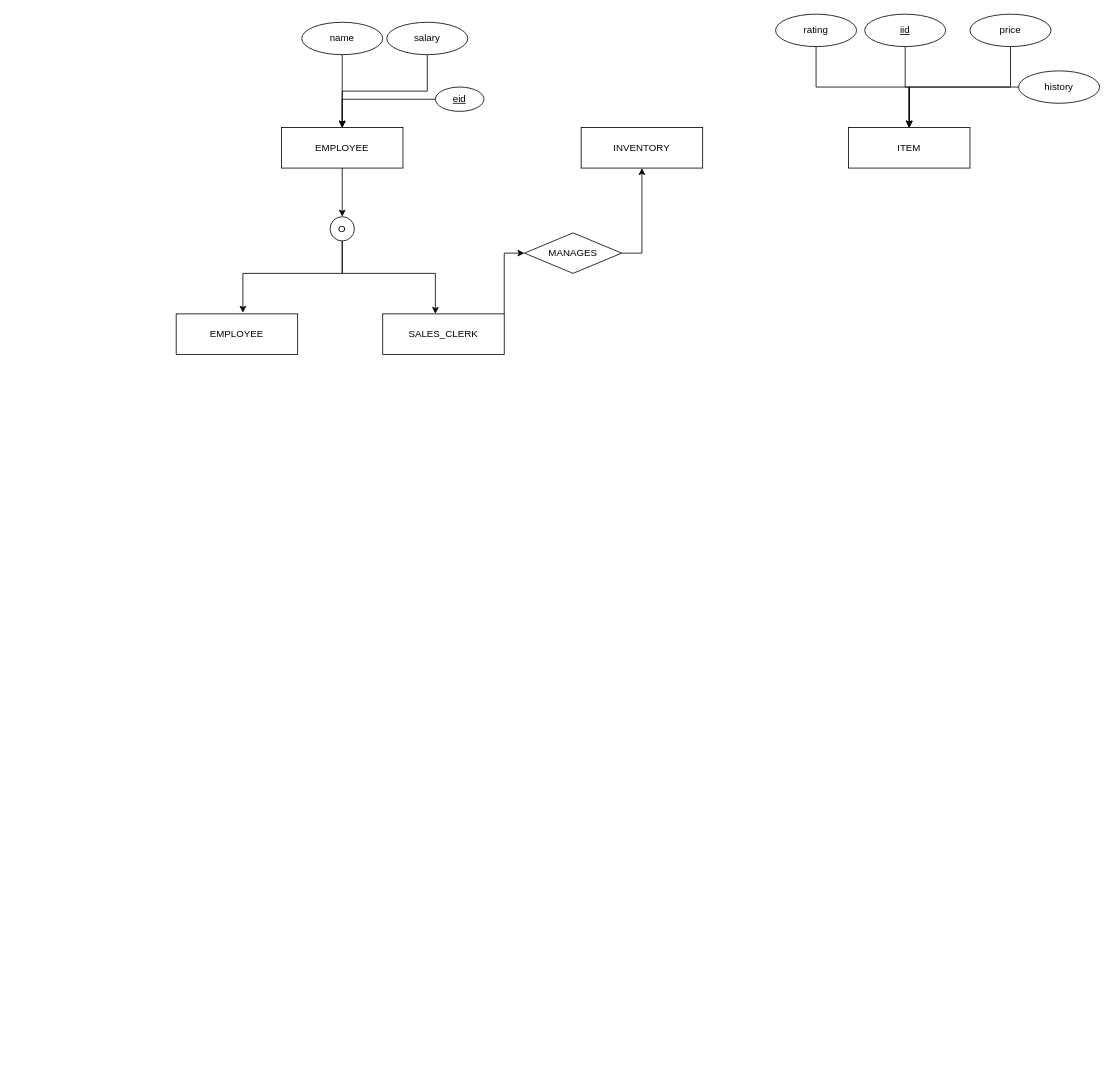
Before: BikeShop.drawio in ajh416/BikeShop, a draw.io diagram. Source tidied: cells renumbered, new cells numbered last; positions are measured from the earlier drawing's top-left corner, leaving out a move shared by most shapes. Both pictures are drawn from the tidied source at 81%, with x=0, y=0 at pixel (176, 14).
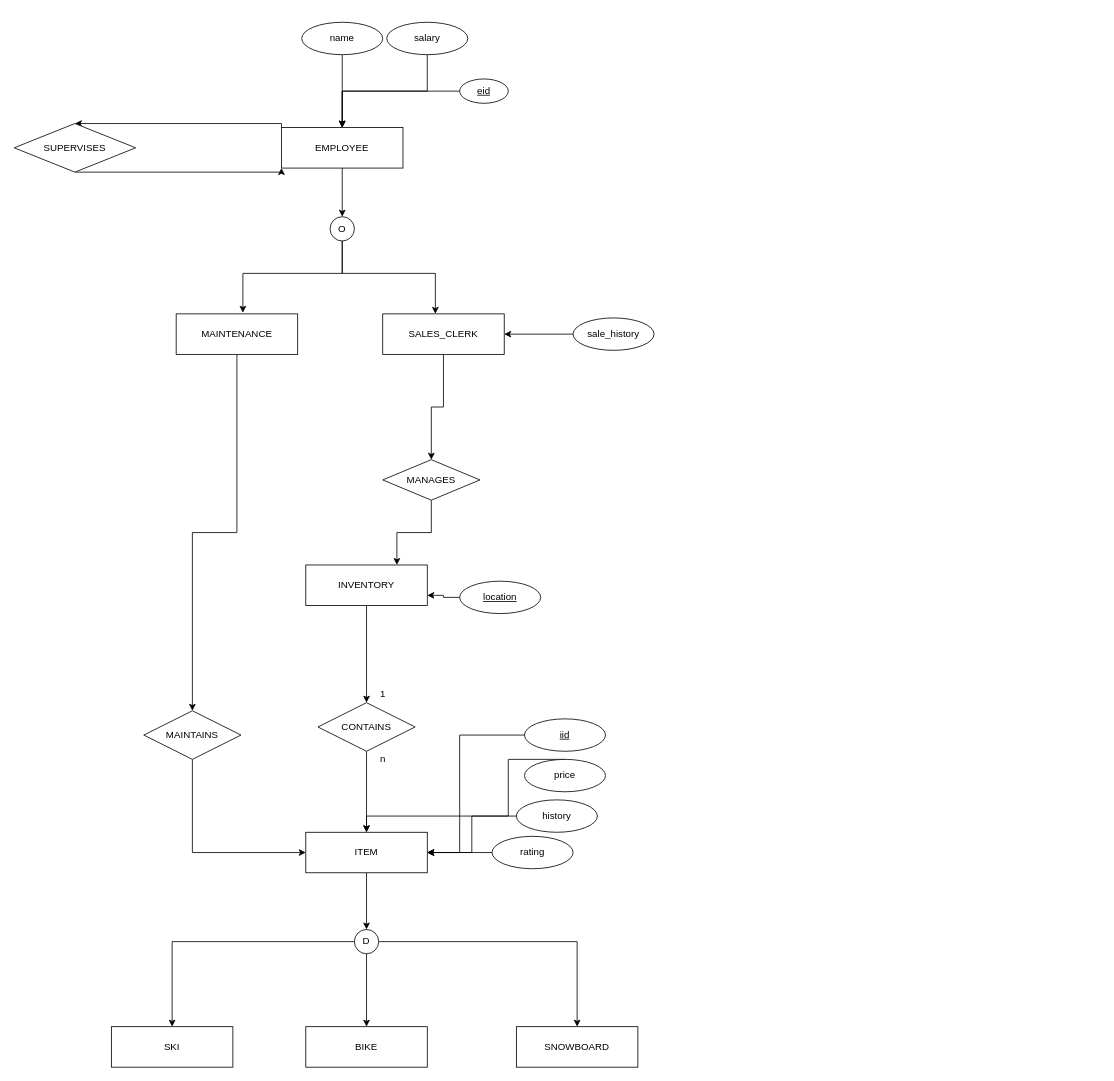
Above is the later version.

The change refers to these unchanged cells:
```xml
<mxCell id="4" value="EMPLOYEE" style="whiteSpace=wrap;html=1;align=center;" parent="1" vertex="1">
  <mxGeometry x="130" y="140" width="150" height="50" as="geometry" />
</mxCell>
<mxCell id="9" value="SALES_CLERK" style="whiteSpace=wrap;html=1;align=center;" parent="1" vertex="1">
  <mxGeometry x="255" y="370" width="150" height="50" as="geometry" />
</mxCell>
```

What changed in the source:
```diff
@@
+    <mxCell id="28" style="edgeStyle=orthogonalEdgeStyle;rounded=0;jettySize=auto;html=1;exitX=0.5;exitY=1;exitDx=0;exitDy=0;" parent="1" edge="1" source="2" target="40">
+      <mxGeometry relative="1" as="geometry" />
+    </mxCell>
     <mxCell id="2" value="&lt;div&gt;INVENTORY&lt;/div&gt;" style="whiteSpace=wrap;html=1;align=center;" parent="1" vertex="1">
-      <mxGeometry x="500" y="140" width="150" height="50" as="geometry" />
+      <mxGeometry x="160" y="680" width="150" height="50" as="geometry" />
     </mxCell>
@@
+    <mxCell id="29" style="edgeStyle=orthogonalEdgeStyle;rounded=0;jettySize=auto;html=1;exitX=0;exitY=0;exitDx=0;exitDy=0;entryX=0.5;entryY=0;entryDx=0;entryDy=0;" parent="1" edge="1" source="4" target="48">
+      <mxGeometry relative="1" as="geometry">
+        <Array as="points">
+          <mxPoint x="130" y="135" />
+        </Array>
+      </mxGeometry>
+    </mxCell>
@@
+    <mxCell id="30" style="edgeStyle=orthogonalEdgeStyle;rounded=0;jettySize=auto;html=1;exitX=0.5;exitY=1;exitDx=0;exitDy=0;entryX=0.5;entryY=0;entryDx=0;entryDy=0;" parent="1" edge="1" source="7" target="42">
+      <mxGeometry relative="1" as="geometry" />
+    </mxCell>
-    <mxCell id="7" value="EMPLOYEE" style="whiteSpace=wrap;html=1;align=center;" parent="1" vertex="1">
+    <mxCell id="7" value="MAINTENANCE" style="whiteSpace=wrap;html=1;align=center;" parent="1" vertex="1">
       <mxGeometry y="370" width="150" height="50" as="geometry" />
     </mxCell>
-    <mxCell id="8" style="edgeStyle=orthogonalEdgeStyle;rounded=0;jettySize=auto;html=1;exitX=1;exitY=0;exitDx=0;exitDy=0;entryX=0;entryY=0.5;entryDx=0;entryDy=0;" parent="1" edge="1" source="9" target="18">
+    <mxCell id="8" style="edgeStyle=orthogonalEdgeStyle;rounded=0;jettySize=auto;html=1;exitX=0.5;exitY=1;exitDx=0;exitDy=0;entryX=0.5;entryY=0;entryDx=0;entryDy=0;" parent="1" edge="1" source="9" target="18">
       <mxGeometry relative="1" as="geometry" />
     </mxCell>
@@
     <mxCell id="12" value="&lt;u&gt;eid&lt;/u&gt;" style="ellipse;whiteSpace=wrap;html=1;align=center;" parent="1" vertex="1">
-      <mxGeometry x="320" y="90" width="60" height="30" as="geometry" />
+      <mxGeometry x="350" y="80" width="60" height="30" as="geometry" />
     </mxCell>
@@
-    <mxCell id="17" style="edgeStyle=orthogonalEdgeStyle;rounded=0;jettySize=auto;html=1;exitX=1;exitY=0.5;exitDx=0;exitDy=0;entryX=0.5;entryY=1;entryDx=0;entryDy=0;" parent="1" edge="1" source="18" target="2">
+    <mxCell id="17" style="edgeStyle=orthogonalEdgeStyle;rounded=0;jettySize=auto;html=1;exitX=0.5;exitY=1;exitDx=0;exitDy=0;entryX=0.75;entryY=0;entryDx=0;entryDy=0;" parent="1" edge="1" source="18" target="2">
       <mxGeometry relative="1" as="geometry" />
     </mxCell>
     <mxCell id="18" value="MANAGES" style="shape=rhombus;perimeter=rhombusPerimeter;whiteSpace=wrap;html=1;align=center;" parent="1" vertex="1">
-      <mxGeometry x="430" y="270" width="120" height="50" as="geometry" />
+      <mxGeometry x="255" y="550" width="120" height="50" as="geometry" />
     </mxCell>
+    <mxCell id="31" style="edgeStyle=orthogonalEdgeStyle;rounded=0;jettySize=auto;html=1;" parent="1" edge="1" source="19" target="35">
+      <mxGeometry relative="1" as="geometry" />
+    </mxCell>
     <mxCell id="19" value="ITEM" style="whiteSpace=wrap;html=1;align=center;" parent="1" vertex="1">
-      <mxGeometry x="830" y="140" width="150" height="50" as="geometry" />
+      <mxGeometry x="160" y="1010" width="150" height="50" as="geometry" />
     </mxCell>
     <mxCell id="20" style="edgeStyle=orthogonalEdgeStyle;rounded=0;jettySize=auto;html=1;" parent="1" edge="1" source="21" target="19">
-      <mxGeometry relative="1" as="geometry" />
+      <mxGeometry relative="1" as="geometry">
+        <Array as="points">
+          <mxPoint x="410" y="920" />
+          <mxPoint x="410" y="990" />
+          <mxPoint x="235" y="990" />
+        </Array>
+      </mxGeometry>
     </mxCell>
     <mxCell id="21" value="&lt;div&gt;price&lt;/div&gt;" style="ellipse;whiteSpace=wrap;html=1;align=center;" parent="1" vertex="1">
-      <mxGeometry x="980" width="100" height="40" as="geometry" />
+      <mxGeometry x="430" y="920" width="100" height="40" as="geometry" />
     </mxCell>
@@
     <mxCell id="23" value="history" style="ellipse;whiteSpace=wrap;html=1;align=center;" parent="1" vertex="1">
-      <mxGeometry x="1040" y="70" width="100" height="40" as="geometry" />
+      <mxGeometry x="420" y="970" width="100" height="40" as="geometry" />
     </mxCell>
     <mxCell id="24" style="edgeStyle=orthogonalEdgeStyle;rounded=0;jettySize=auto;html=1;" parent="1" edge="1" source="25" target="19">
-      <mxGeometry relative="1" as="geometry" />
+      <mxGeometry relative="1" as="geometry">
+        <Array as="points">
+          <mxPoint x="350" y="890" />
+          <mxPoint x="350" y="1035" />
+        </Array>
+      </mxGeometry>
     </mxCell>
     <mxCell id="25" value="&lt;u&gt;iid&lt;/u&gt;" style="ellipse;whiteSpace=wrap;html=1;align=center;" parent="1" vertex="1">
-      <mxGeometry x="850" width="100" height="40" as="geometry" />
+      <mxGeometry x="430" y="870" width="100" height="40" as="geometry" />
     </mxCell>
@@
     <mxCell id="27" value="rating" style="ellipse;whiteSpace=wrap;html=1;align=center;" parent="1" vertex="1">
-      <mxGeometry x="740" width="100" height="40" as="geometry" />
+      <mxGeometry x="390" y="1015" width="100" height="40" as="geometry" />
     </mxCell>
+    <mxCell id="32" style="edgeStyle=orthogonalEdgeStyle;rounded=0;jettySize=auto;html=1;" parent="1" edge="1" source="35" target="37">
+      <mxGeometry relative="1" as="geometry" />
+    </mxCell>
+    <mxCell id="33" style="edgeStyle=orthogonalEdgeStyle;rounded=0;jettySize=auto;html=1;" parent="1" edge="1" source="35" target="36">
+      <mxGeometry relative="1" as="geometry" />
+    </mxCell>
+    <mxCell id="34" style="edgeStyle=orthogonalEdgeStyle;rounded=0;jettySize=auto;html=1;" parent="1" edge="1" source="35" target="38">
+      <mxGeometry relative="1" as="geometry" />
+    </mxCell>
+    <mxCell id="35" value="D" style="ellipse;whiteSpace=wrap;html=1;" parent="1" vertex="1">
+      <mxGeometry x="220" y="1130" width="30" height="30" as="geometry" />
+    </mxCell>
+    <mxCell id="36" value="SKI" style="whiteSpace=wrap;html=1;align=center;" parent="1" vertex="1">
+      <mxGeometry x="-80" y="1250" width="150" height="50" as="geometry" />
+    </mxCell>
+    <mxCell id="37" value="BIKE" style="whiteSpace=wrap;html=1;align=center;" parent="1" vertex="1">
+      <mxGeometry x="160" y="1250" width="150" height="50" as="geometry" />
+    </mxCell>
+    <mxCell id="38" value="SNOWBOARD" style="whiteSpace=wrap;html=1;align=center;" parent="1" vertex="1">
+      <mxGeometry x="420" y="1250" width="150" height="50" as="geometry" />
+    </mxCell>
+    <mxCell id="39" style="edgeStyle=orthogonalEdgeStyle;rounded=0;jettySize=auto;html=1;" parent="1" edge="1" source="40" target="19">
+      <mxGeometry relative="1" as="geometry" />
+    </mxCell>
+    <mxCell id="40" value="CONTAINS" style="shape=rhombus;perimeter=rhombusPerimeter;whiteSpace=wrap;html=1;align=center;" parent="1" vertex="1">
+      <mxGeometry x="175" y="850" width="120" height="60" as="geometry" />
+    </mxCell>
+    <mxCell id="41" style="edgeStyle=orthogonalEdgeStyle;rounded=0;jettySize=auto;html=1;exitX=0.5;exitY=1;exitDx=0;exitDy=0;entryX=0;entryY=0.5;entryDx=0;entryDy=0;" parent="1" edge="1" source="42" target="19">
+      <mxGeometry relative="1" as="geometry" />
+    </mxCell>
+    <mxCell id="42" value="MAINTAINS" style="shape=rhombus;perimeter=rhombusPerimeter;whiteSpace=wrap;html=1;align=center;" parent="1" vertex="1">
+      <mxGeometry x="-40" y="860" width="120" height="60" as="geometry" />
+    </mxCell>
+    <mxCell id="43" style="edgeStyle=orthogonalEdgeStyle;rounded=0;jettySize=auto;html=1;exitX=0;exitY=0.5;exitDx=0;exitDy=0;entryX=1;entryY=0.75;entryDx=0;entryDy=0;" parent="1" edge="1" source="44" target="2">
+      <mxGeometry relative="1" as="geometry" />
+    </mxCell>
+    <mxCell id="44" value="&lt;u&gt;location&lt;/u&gt;" style="ellipse;whiteSpace=wrap;html=1;align=center;" parent="1" vertex="1">
+      <mxGeometry x="350" y="700" width="100" height="40" as="geometry" />
+    </mxCell>
+    <mxCell id="45" value="1" style="text;html=1;align=center;verticalAlign=middle;strokeColor=none;fillColor=none;" parent="1" vertex="1">
+      <mxGeometry x="240" y="820" width="30" height="40" as="geometry" />
+    </mxCell>
+    <mxCell id="46" value="n" style="text;html=1;align=center;verticalAlign=middle;strokeColor=none;fillColor=none;" parent="1" vertex="1">
+      <mxGeometry x="240" y="900" width="30" height="40" as="geometry" />
+    </mxCell>
+    <mxCell id="47" style="edgeStyle=orthogonalEdgeStyle;rounded=0;jettySize=auto;html=1;exitX=0.5;exitY=1;exitDx=0;exitDy=0;entryX=0;entryY=1;entryDx=0;entryDy=0;" parent="1" edge="1" source="48" target="4">
+      <mxGeometry relative="1" as="geometry">
+        <Array as="points">
+          <mxPoint x="130" y="195" />
+        </Array>
+      </mxGeometry>
+    </mxCell>
+    <mxCell id="48" value="SUPERVISES" style="shape=rhombus;perimeter=rhombusPerimeter;whiteSpace=wrap;html=1;align=center;" parent="1" vertex="1">
+      <mxGeometry x="-200" y="135" width="150" height="60" as="geometry" />
+    </mxCell>
+    <mxCell id="49" style="edgeStyle=orthogonalEdgeStyle;rounded=0;jettySize=auto;html=1;" parent="1" edge="1" source="50" target="9">
+      <mxGeometry relative="1" as="geometry" />
+    </mxCell>
+    <mxCell id="50" value="&lt;div&gt;sale_history&lt;/div&gt;" style="ellipse;whiteSpace=wrap;html=1;align=center;" parent="1" vertex="1">
+      <mxGeometry x="490" y="375" width="100" height="40" as="geometry" />
+    </mxCell>
```
